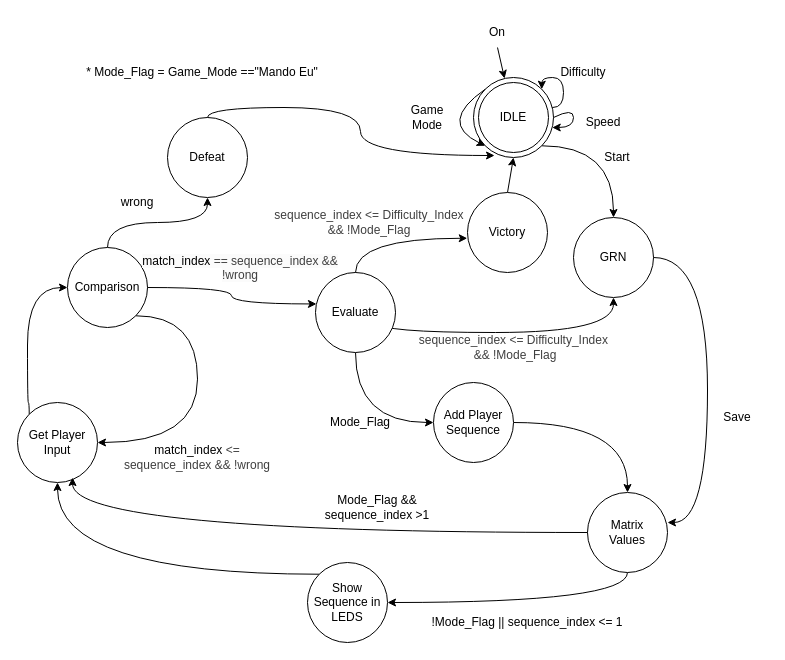
Before: doc/fluxogram.drawio in S4nt1ag0/Genius-PBL, a draw.io diagram. Source tidied: cells renumbered, new cells numbered last; positions are measured from the earlier drawing's top-left corner, leaving out a move shared by most shapes. Both pictures are drawn from the tidied source at 100%, with x=0, y=0 at pixel (17, 17).
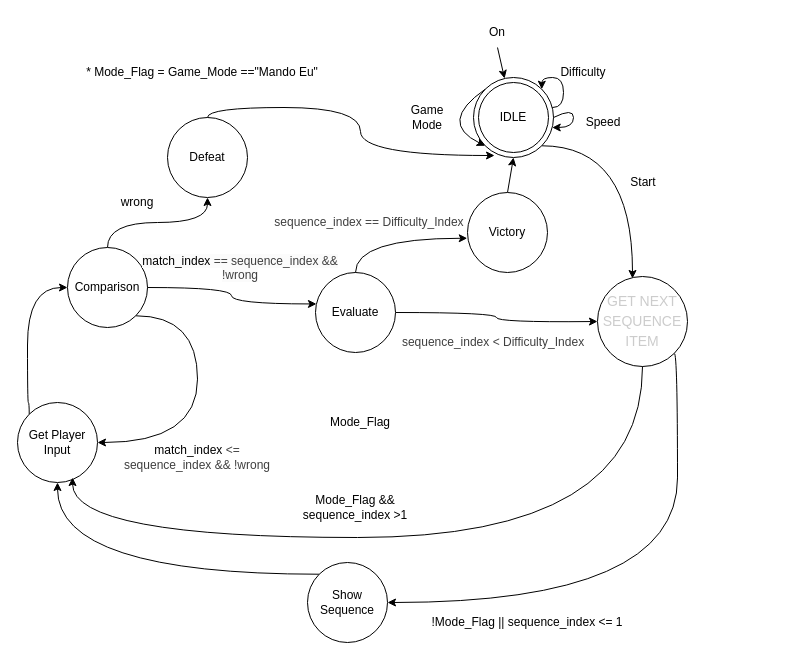
The same diagram, later.

Unchanged cells that the change refers to:
```xml
<mxCell id="4" value="IDLE" style="ellipse;whiteSpace=wrap;html=1;" parent="1" vertex="1">
  <mxGeometry x="456" y="60" width="80" height="80" as="geometry" />
</mxCell>
<mxCell id="10" value="Get Player Input" style="ellipse;whiteSpace=wrap;html=1;" parent="1" vertex="1">
  <mxGeometry y="385" width="80" height="80" as="geometry" />
</mxCell>
<mxCell id="33" value="Evaluate" style="ellipse;whiteSpace=wrap;html=1;" parent="1" vertex="1">
  <mxGeometry x="298" y="255" width="80" height="80" as="geometry" />
</mxCell>
```

What changed in the source:
```diff
@@
-    <mxCell id="3" style="edgeStyle=orthogonalEdgeStyle;curved=1;html=1;exitX=1;exitY=1;exitDx=0;exitDy=0;entryX=0.5;entryY=0;entryDx=0;entryDy=0;" parent="1" edge="1" source="4" target="20">
+    <mxCell id="3" style="edgeStyle=orthogonalEdgeStyle;curved=1;html=1;exitX=1;exitY=1;exitDx=0;exitDy=0;entryX=0.389;entryY=0.022;entryDx=0;entryDy=0;entryPerimeter=0;" parent="1" edge="1" source="4" target="28">
       <mxGeometry relative="1" as="geometry" />
     </mxCell>
@@
     <mxCell id="11" value="Start" style="text;strokeColor=none;align=center;fillColor=none;html=1;verticalAlign=middle;whiteSpace=wrap;rounded=0;" parent="1" vertex="1">
-      <mxGeometry x="570" y="125" width="60" height="30" as="geometry" />
+      <mxGeometry x="596" y="150" width="60" height="30" as="geometry" />
     </mxCell>
-    <mxCell id="12" style="edgeStyle=orthogonalEdgeStyle;curved=1;html=1;exitX=0.5;exitY=1;exitDx=0;exitDy=0;entryX=1;entryY=0.5;entryDx=0;entryDy=0;" parent="1" edge="1" source="13" target="15">
-      <mxGeometry relative="1" as="geometry" />
+    <mxCell id="12" style="edgeStyle=orthogonalEdgeStyle;curved=1;html=1;exitX=1;exitY=1;exitDx=0;exitDy=0;entryX=1;entryY=0.5;entryDx=0;entryDy=0;" parent="1" edge="1" source="28" target="15">
+      <mxGeometry relative="1" as="geometry">
+        <Array as="points">
+          <mxPoint x="660" y="336" />
+          <mxPoint x="660" y="585" />
+        </Array>
+      </mxGeometry>
     </mxCell>
-    <mxCell id="13" value="Matrix&lt;div&gt;Values&lt;/div&gt;" style="ellipse;whiteSpace=wrap;html=1;" parent="1" vertex="1">
-      <mxGeometry x="570" y="475" width="80" height="80" as="geometry" />
-    </mxCell>
@@
-    <mxCell id="15" value="Show Sequence in LEDS" style="ellipse;whiteSpace=wrap;html=1;" parent="1" vertex="1">
+    <mxCell id="15" value="Show Sequence" style="ellipse;whiteSpace=wrap;html=1;" parent="1" vertex="1">
       <mxGeometry x="290" y="545" width="80" height="80" as="geometry" />
     </mxCell>
-    <mxCell id="16" value="Save" style="text;strokeColor=none;align=center;fillColor=none;html=1;verticalAlign=middle;whiteSpace=wrap;rounded=0;" parent="1" vertex="1">
-      <mxGeometry x="690" y="385" width="60" height="30" as="geometry" />
-    </mxCell>
@@
-    <mxCell id="20" value="GRN" style="ellipse;whiteSpace=wrap;html=1;" parent="1" vertex="1">
-      <mxGeometry x="556" y="200" width="80" height="80" as="geometry" />
-    </mxCell>
-    <mxCell id="21" value="&lt;span style=&quot;color: rgb(63, 63, 63);&quot;&gt;&lt;span style=&quot;color: rgb(63, 63, 63);&quot;&gt;sequence&lt;/span&gt;_index &amp;lt;= Difficulty_Index&amp;nbsp;&lt;/span&gt;&lt;div&gt;&lt;span style=&quot;color: rgb(63, 63, 63);&quot;&gt;&amp;amp;&amp;amp; !Mode_Flag&lt;/span&gt;&lt;/div&gt;" style="text;strokeColor=none;align=center;fillColor=none;html=1;verticalAlign=middle;whiteSpace=wrap;rounded=0;" parent="1" vertex="1">
-      <mxGeometry x="396" y="315" width="204" height="30" as="geometry" />
-    </mxCell>
@@
-    <mxCell id="27" style="edgeStyle=orthogonalEdgeStyle;curved=1;html=1;exitX=1;exitY=0.5;exitDx=0;exitDy=0;" parent="1" edge="1" source="28" target="13">
-      <mxGeometry relative="1" as="geometry" />
-    </mxCell>
-    <mxCell id="28" value="Add Player Sequence" style="ellipse;whiteSpace=wrap;html=1;" parent="1" vertex="1">
-      <mxGeometry x="416" y="365" width="80" height="80" as="geometry" />
+    <mxCell id="28" value="&lt;div style=&quot;line-height: 19px; color: rgb(204, 204, 204);&quot;&gt;&lt;span style=&quot;font-size: 14px; white-space: pre;&quot;&gt;&lt;font face=&quot;Helvetica&quot;&gt;GET NEXT&lt;/font&gt;&lt;/span&gt;&lt;/div&gt;&lt;div style=&quot;line-height: 19px; color: rgb(204, 204, 204);&quot;&gt;&lt;span style=&quot;font-size: 14px; white-space: pre;&quot;&gt;&lt;font face=&quot;Helvetica&quot;&gt;SEQUENCE&lt;/font&gt;&lt;/span&gt;&lt;/div&gt;&lt;div style=&quot;line-height: 19px; color: rgb(204, 204, 204);&quot;&gt;&lt;span style=&quot;font-size: 14px; white-space: pre; background-color: transparent;&quot;&gt;&lt;font face=&quot;Helvetica&quot;&gt;ITEM&lt;/font&gt;&lt;/span&gt;&lt;/div&gt;" style="ellipse;whiteSpace=wrap;html=1;" parent="1" vertex="1">
+      <mxGeometry x="580" y="259" width="90" height="90" as="geometry" />
     </mxCell>
@@
-    <mxCell id="30" style="edgeStyle=orthogonalEdgeStyle;curved=1;html=1;exitX=1;exitY=0.5;exitDx=0;exitDy=0;entryX=1;entryY=0.375;entryDx=0;entryDy=0;entryPerimeter=0;" parent="1" edge="1" source="20" target="13">
-      <mxGeometry relative="1" as="geometry">
-        <Array as="points">
-          <mxPoint x="690" y="240" />
-          <mxPoint x="690" y="505" />
-        </Array>
-      </mxGeometry>
-    </mxCell>
-    <mxCell id="31" style="edgeStyle=orthogonalEdgeStyle;curved=1;html=1;exitX=0.5;exitY=1;exitDx=0;exitDy=0;entryX=0;entryY=0.5;entryDx=0;entryDy=0;" parent="1" edge="1" source="33" target="28">
-      <mxGeometry relative="1" as="geometry" />
+    <mxCell id="31" style="edgeStyle=orthogonalEdgeStyle;curved=1;html=1;exitX=1;exitY=0.5;exitDx=0;exitDy=0;entryX=0;entryY=0.5;entryDx=0;entryDy=0;" parent="1" edge="1" source="33" target="28">
+      <mxGeometry relative="1" as="geometry">
+        <Array as="points">
+          <mxPoint x="479" y="295" />
+          <mxPoint x="479" y="305" />
+        </Array>
+      </mxGeometry>
     </mxCell>
-    <mxCell id="32" style="edgeStyle=orthogonalEdgeStyle;curved=1;html=1;exitX=1;exitY=0.5;exitDx=0;exitDy=0;entryX=0.5;entryY=1;entryDx=0;entryDy=0;" parent="1" edge="1" source="33" target="20">
-      <mxGeometry relative="1" as="geometry">
-        <Array as="points">
-          <mxPoint x="360" y="315" />
-          <mxPoint x="596" y="315" />
-        </Array>
-      </mxGeometry>
-    </mxCell>
@@
-    <mxCell id="37" value="&lt;span style=&quot;color: rgb(63, 63, 63);&quot;&gt;&lt;span style=&quot;scrollbar-color: light-dark(#e2e2e2, #4b4b4b)&lt;br/&gt;&#9;&#9;&#9;&#9;&#9;light-dark(#fbfbfb, var(--dark-panel-color)); color: rgb(63, 63, 63);&quot;&gt;sequence&lt;/span&gt;&lt;span style=&quot;color: rgb(63, 63, 63);&quot;&gt;_index&lt;/span&gt;&amp;nbsp;&amp;lt;= Difficulty_Index &amp;amp;&amp;amp; !Mode_Flag&lt;/span&gt;" style="text;strokeColor=none;align=center;fillColor=none;html=1;verticalAlign=middle;whiteSpace=wrap;rounded=0;" parent="1" vertex="1">
+    <mxCell id="37" value="&lt;span style=&quot;color: rgb(63, 63, 63);&quot;&gt;&lt;span style=&quot;scrollbar-color: light-dark(#e2e2e2, #4b4b4b)&lt;br/&gt;&#9;&#9;&#9;&#9;&#9;light-dark(#fbfbfb, var(--dark-panel-color)); color: rgb(63, 63, 63);&quot;&gt;sequence&lt;/span&gt;&lt;span style=&quot;color: rgb(63, 63, 63);&quot;&gt;_index&lt;/span&gt;&amp;nbsp;== Difficulty_Index&lt;/span&gt;" style="text;strokeColor=none;align=center;fillColor=none;html=1;verticalAlign=middle;whiteSpace=wrap;rounded=0;" parent="1" vertex="1">
       <mxGeometry x="254" y="190" width="196" height="30" as="geometry" />
     </mxCell>
@@
-    <mxCell id="44" style="edgeStyle=orthogonalEdgeStyle;curved=1;html=1;exitX=0;exitY=0.5;exitDx=0;exitDy=0;entryX=0.688;entryY=0.938;entryDx=0;entryDy=0;entryPerimeter=0;" parent="1" edge="1" source="13" target="10">
-      <mxGeometry relative="1" as="geometry" />
+    <mxCell id="44" style="edgeStyle=orthogonalEdgeStyle;curved=1;html=1;exitX=0.5;exitY=1;exitDx=0;exitDy=0;entryX=0.688;entryY=0.938;entryDx=0;entryDy=0;entryPerimeter=0;" parent="1" edge="1" source="28" target="10">
+      <mxGeometry relative="1" as="geometry">
+        <Array as="points">
+          <mxPoint x="625" y="520" />
+          <mxPoint x="55" y="520" />
+        </Array>
+      </mxGeometry>
     </mxCell>
     <mxCell id="45" value="Mode_Flag &amp;amp;&amp;amp; sequence_index &amp;gt;1" style="text;strokeColor=none;align=center;fillColor=none;html=1;verticalAlign=middle;whiteSpace=wrap;rounded=0;" parent="1" vertex="1">
-      <mxGeometry x="280" y="475" width="160" height="30" as="geometry" />
+      <mxGeometry x="258" y="475" width="160" height="30" as="geometry" />
     </mxCell>
@@
+    <mxCell id="47" value="&lt;span style=&quot;color: rgb(63, 63, 63);&quot;&gt;&lt;span style=&quot;scrollbar-color: light-dark(#e2e2e2, #4b4b4b)&lt;br/&gt;&#9;&#9;&#9;&#9;&#9;light-dark(#fbfbfb, var(--dark-panel-color)); color: rgb(63, 63, 63);&quot;&gt;sequence&lt;/span&gt;&lt;span style=&quot;color: rgb(63, 63, 63);&quot;&gt;_index&lt;/span&gt;&amp;nbsp;&amp;lt; Difficulty_Index&lt;/span&gt;" style="text;strokeColor=none;align=center;fillColor=none;html=1;verticalAlign=middle;whiteSpace=wrap;rounded=0;" parent="1" vertex="1">
+      <mxGeometry x="378" y="310" width="196" height="30" as="geometry" />
+    </mxCell>
```
